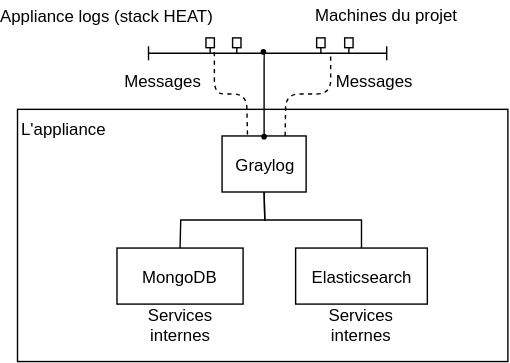
139bercy/cloud-appliance-observability keeps this draw.io diagram as Docs/Schema-blocs-fonctionnels.svg. Above is the earlier version. Source tidied: cells renumbered, new cells last; positions are measured from the earlier drawing's top-left corner, leaving out a move shared by most shapes.
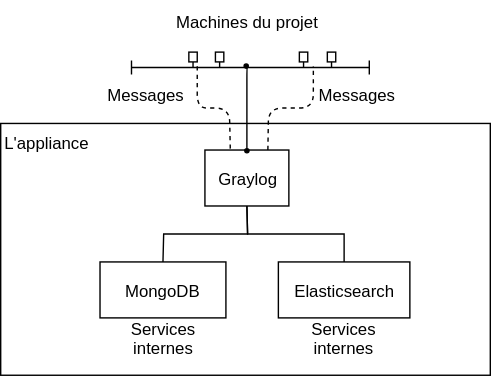
The same diagram one commit later.

Diff of the diagram source:
```diff
@@ -36,11 +36,6 @@
         <mxPoint x="263.5" y="37.5" as="targetPoint" />
       </mxGeometry>
     </mxCell>
-    <mxCell id="9" value="Appliance logs (stack HEAT)" style="text;html=1;align=center;verticalAlign=middle;labelBackgroundColor=#ffffff;" parent="8" vertex="1">
-      <mxGeometry x="-0.74" y="1" relative="1" as="geometry">
-        <mxPoint x="-52.5" y="-26.5" as="offset" />
-      </mxGeometry>
-    </mxCell>
     <mxCell id="10" style="endArrow=none;html=1;jumpSize=6;" parent="1" edge="1">
       <mxGeometry relative="1" as="geometry">
         <mxPoint x="93.5" y="42.5" as="sourcePoint" />
@@ -95,7 +90,7 @@
       </mxGeometry>
     </mxCell>
     <mxCell id="21" value="Machines du projet" style="text;html=1;strokeColor=none;fillColor=none;align=center;verticalAlign=middle;whiteSpace=wrap;rounded=0;" parent="1" vertex="1">
-      <mxGeometry x="174" width="177" height="20" as="geometry" />
+      <mxGeometry x="60" y="-10" width="231" height="30" as="geometry" />
     </mxCell>
     <mxCell id="22" style="endArrow=none;dashed=1;html=1;exitX=0.75;exitY=0;exitDx=0;exitDy=0;" parent="1" edge="1" source="3">
       <mxGeometry relative="1" as="geometry">
```
